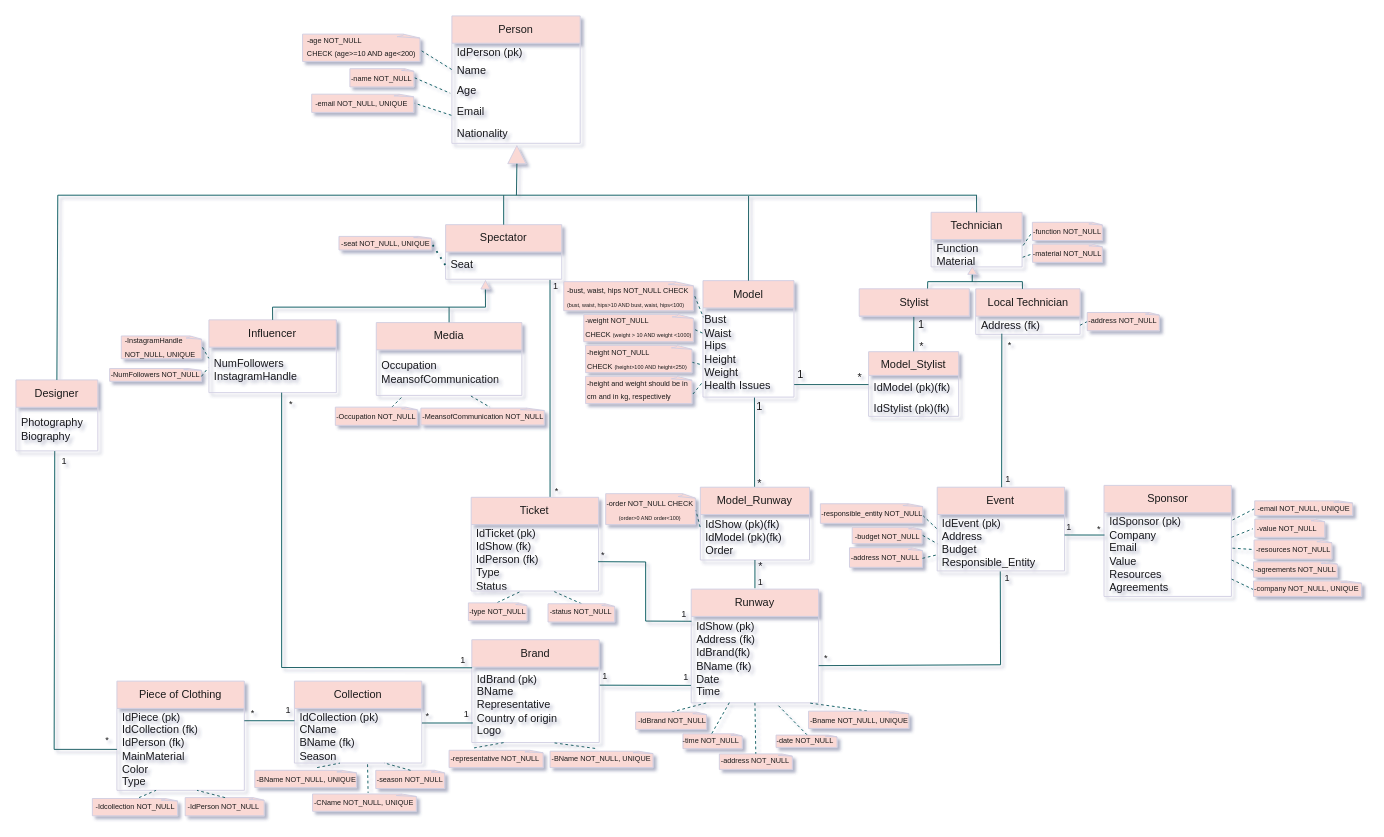
le0nor/BD2425-707 keeps this draw.io diagram as UML VERSIONS/FINAL_V_2ndSUB.drawio. Above is the earlier version. Source tidied: cells renumbered, new cells numbered last; positions are measured from the earlier drawing's top-left corner, leaving out a move shared by most shapes. Both pictures are drawn from the tidied source at 91%, with x=0, y=0 at pixel (15, 15).
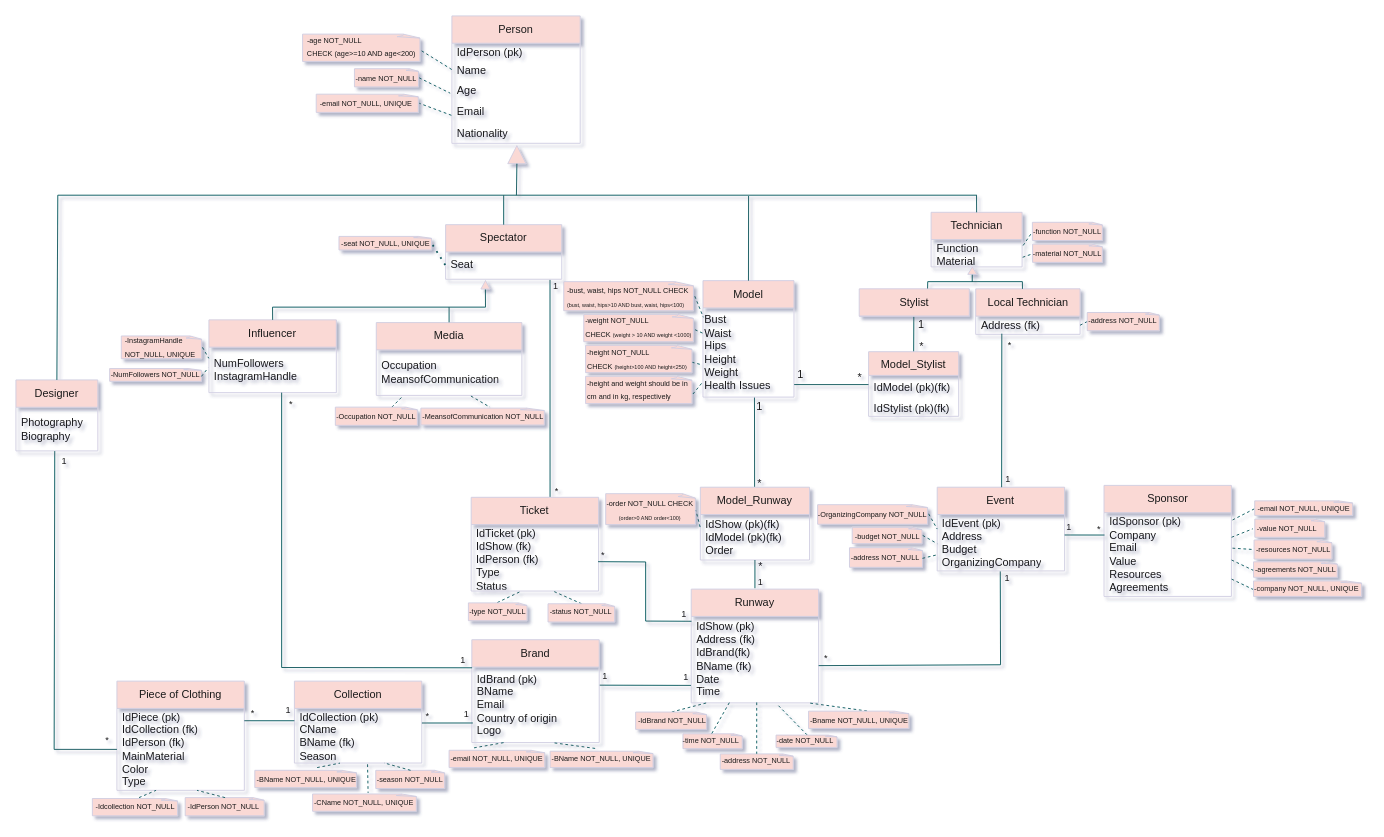
The same diagram, later.

Unchanged cells that the change refers to:
```xml
<mxCell id="50" value="Runway" style="swimlane;fontStyle=0;horizontal=1;startSize=30;whiteSpace=wrap;html=1;labelBackgroundColor=none;rounded=0;fillColor=#FAD9D5;strokeColor=#D0CEE2;fontColor=#1A1A1A;" parent="1" vertex="1">
  <mxGeometry x="742.1" y="629.9" width="140" height="125" as="geometry" />
</mxCell>
<mxCell id="51" value="&lt;div&gt;&lt;span style=&quot;background-color: initial;&quot;&gt;IdShow (pk&lt;/span&gt;&lt;span style=&quot;background-color: initial;&quot;&gt;)&lt;/span&gt;&lt;/div&gt;&lt;div&gt;&lt;span style=&quot;background-color: initial;&quot;&gt;Address (fk)&lt;/span&gt;&lt;/div&gt;&lt;div&gt;&lt;span style=&quot;background-color: initial;&quot;&gt;IdBrand(fk)&lt;/span&gt;&lt;/div&gt;&lt;div&gt;&lt;span style=&quot;background-color: initial;&quot;&gt;BName (fk)&lt;/span&gt;&lt;/div&gt;Date&amp;nbsp;&lt;div&gt;Time&lt;/div&gt;" style="text;strokeColor=none;fillColor=none;align=left;verticalAlign=middle;spacingLeft=4;spacingRight=4;overflow=hidden;points=[[0,0.5],[1,0.5]];portConstraint=eastwest;whiteSpace=wrap;html=1;labelBackgroundColor=none;rounded=0;fontColor=#1A1A1A;" parent="50" vertex="1">
  <mxGeometry y="30" width="140" height="95" as="geometry" />
</mxCell>
<mxCell id="67" value="Event" style="swimlane;fontStyle=0;horizontal=1;startSize=30;whiteSpace=wrap;html=1;labelBackgroundColor=none;rounded=0;fillColor=#FAD9D5;strokeColor=#D0CEE2;fontColor=#1A1A1A;" parent="1" vertex="1">
  <mxGeometry x="1012.4" y="517.9" width="140" height="92" as="geometry" />
</mxCell>
<mxCell id="133" value="Brand" style="swimlane;fontStyle=0;horizontal=1;startSize=30;whiteSpace=wrap;html=1;labelBackgroundColor=none;rounded=0;fillColor=#FAD9D5;strokeColor=#D0CEE2;fontColor=#1A1A1A;" parent="1" vertex="1">
  <mxGeometry x="501" y="685.5" width="140" height="113" as="geometry" />
</mxCell>
<mxCell id="242" value="&lt;div style=&quot;&quot;&gt;&lt;div&gt;&lt;font style=&quot;font-size: 8px;&quot;&gt;-address NOT_NULL&lt;/font&gt;&lt;/div&gt;&lt;/div&gt;" style="text;html=1;align=left;verticalAlign=middle;whiteSpace=wrap;rounded=0;labelBackgroundColor=none;fontColor=#1A1A1A;" parent="240" vertex="1">
  <mxGeometry x="0.3" y="-0.2" width="79.5" height="14.5" as="geometry" />
</mxCell>
```

The edit, as a diff of the source:
```diff
@@
-    <mxCell id="68" style="endArrow=none;dashed=1;html=1;rounded=0;fontColor=default;entryX=0;entryY=0.5;entryDx=0;entryDy=0;labelBackgroundColor=none;strokeColor=#09555B;" parent="67" edge="1" target="67">
-      <mxGeometry relative="1" as="geometry">
-        <mxPoint x="-15.9" y="31" as="sourcePoint" />
-      </mxGeometry>
-    </mxCell>
-    <mxCell id="69" value="&lt;div&gt;IdEvent (pk)&lt;/div&gt;&lt;div&gt;Address&amp;nbsp;&lt;br&gt;&lt;/div&gt;&lt;div&gt;Budget&lt;/div&gt;&lt;div&gt;Responsible_Entity&lt;/div&gt;" style="text;strokeColor=none;fillColor=none;align=left;verticalAlign=middle;spacingLeft=4;spacingRight=4;overflow=hidden;points=[[0,0.5],[1,0.5]];portConstraint=eastwest;whiteSpace=wrap;html=1;labelBackgroundColor=none;rounded=0;fontColor=#1A1A1A;" parent="67" vertex="1">
+    <mxCell id="69" value="&lt;div&gt;IdEvent (pk)&lt;/div&gt;&lt;div&gt;Address&amp;nbsp;&lt;br&gt;&lt;/div&gt;&lt;div&gt;Budget&lt;/div&gt;&lt;div&gt;OrganizingCompany&lt;/div&gt;" style="text;strokeColor=none;fillColor=none;align=left;verticalAlign=middle;spacingLeft=4;spacingRight=4;overflow=hidden;points=[[0,0.5],[1,0.5]];portConstraint=eastwest;whiteSpace=wrap;html=1;labelBackgroundColor=none;rounded=0;fontColor=#1A1A1A;" parent="67" vertex="1">
       <mxGeometry y="30" width="140" height="62" as="geometry" />
     </mxCell>
@@
-    <mxCell id="73" style="whiteSpace=wrap;html=1;shape=mxgraph.basic.document;labelBackgroundColor=none;rounded=0;fillColor=#FAD9D5;strokeColor=#D0CEE2;fontColor=#1A1A1A;" parent="1" vertex="1">
-      <mxGeometry x="884" y="536.1" width="113.7" height="21.5" as="geometry" />
-    </mxCell>
-    <mxCell id="74" value="&lt;div style=&quot;text-align: left;&quot;&gt;&lt;div&gt;&lt;font style=&quot;font-size: 8px;&quot;&gt;-responsible_entity NOT_NULL&lt;/font&gt;&lt;/div&gt;&lt;/div&gt;" style="text;html=1;align=center;verticalAlign=middle;whiteSpace=wrap;rounded=0;labelBackgroundColor=none;fontColor=#1A1A1A;" parent="1" vertex="1">
-      <mxGeometry x="884.4" y="538.9" width="113.6" height="14.5" as="geometry" />
-    </mxCell>
@@
-    <mxCell id="134" value="&lt;div&gt;IdBrand (pk)&lt;/div&gt;BName&amp;nbsp;&lt;div&gt;Representative&amp;nbsp;&lt;/div&gt;&lt;div&gt;Country of origin&lt;/div&gt;&lt;div&gt;Logo&lt;/div&gt;" style="text;strokeColor=none;fillColor=none;align=left;verticalAlign=middle;spacingLeft=4;spacingRight=4;overflow=hidden;points=[[0,0.5],[1,0.5]];portConstraint=eastwest;whiteSpace=wrap;html=1;labelBackgroundColor=none;rounded=0;fontColor=#1A1A1A;" parent="133" vertex="1">
+    <mxCell id="134" value="&lt;div&gt;IdBrand (pk)&lt;/div&gt;BName&amp;nbsp;&lt;div&gt;Email&amp;nbsp;&lt;/div&gt;&lt;div&gt;Country of origin&lt;/div&gt;&lt;div&gt;Logo&lt;/div&gt;" style="text;strokeColor=none;fillColor=none;align=left;verticalAlign=middle;spacingLeft=4;spacingRight=4;overflow=hidden;points=[[0,0.5],[1,0.5]];portConstraint=eastwest;whiteSpace=wrap;html=1;labelBackgroundColor=none;rounded=0;fontColor=#1A1A1A;" parent="133" vertex="1">
       <mxGeometry y="30" width="140" height="83" as="geometry" />
     </mxCell>
@@
     <mxCell id="147" style="group;labelBackgroundColor=none;fontColor=#1A1A1A;rounded=0;" parent="1" vertex="1">
-      <mxGeometry x="476" y="807" width="116" height="19" as="geometry" />
+      <mxGeometry x="476" y="807" width="118" height="19" as="geometry" />
     </mxCell>
     <mxCell id="148" style="whiteSpace=wrap;html=1;shape=mxgraph.basic.document;labelBackgroundColor=none;rounded=0;fillColor=#FAD9D5;strokeColor=#D0CEE2;fontColor=#1A1A1A;" parent="147" vertex="1">
-      <mxGeometry width="104.4" height="19" as="geometry" />
+      <mxGeometry width="106.2" height="19" as="geometry" />
     </mxCell>
-    <mxCell id="149" value="&lt;font style=&quot;font-size: 8px;&quot;&gt;-representative NOT_NULL&lt;/font&gt;" style="text;html=1;align=left;verticalAlign=middle;whiteSpace=wrap;rounded=0;labelBackgroundColor=none;fontColor=#1A1A1A;" parent="147" vertex="1">
-      <mxGeometry y="-1.1" width="116" height="17.9" as="geometry" />
+    <mxCell id="149" value="&lt;font style=&quot;font-size: 8px;&quot;&gt;-email NOT_NULL, UNIQUE&lt;/font&gt;" style="text;html=1;align=left;verticalAlign=middle;whiteSpace=wrap;rounded=0;labelBackgroundColor=none;fontColor=#1A1A1A;" parent="147" vertex="1">
+      <mxGeometry y="-1.1" width="113.9" height="17.9" as="geometry" />
     </mxCell>
@@
     <mxCell id="175" style="group;" parent="1" vertex="1">
-      <mxGeometry x="325" y="86" width="113.3" height="20" as="geometry" />
+      <mxGeometry x="330" y="86" width="113.3" height="20" as="geometry" />
     </mxCell>
@@
     <mxCell id="178" style="group;" parent="1" vertex="1">
-      <mxGeometry x="370" y="58" width="73.1" height="20" as="geometry" />
+      <mxGeometry x="375" y="58" width="73.1" height="20" as="geometry" />
     </mxCell>
@@
     <mxCell id="240" style="group;" parent="1" vertex="1">
-      <mxGeometry x="773" y="811" width="81" height="21.5" as="geometry" />
+      <mxGeometry x="774" y="811" width="81" height="21.5" as="geometry" />
     </mxCell>
@@
-    <mxCell id="243" style="endArrow=none;dashed=1;html=1;rounded=0;fontColor=default;entryX=0.5;entryY=0;entryDx=0;entryDy=0;labelBackgroundColor=none;strokeColor=#09555B;exitX=0.5;exitY=1;exitDx=0;exitDy=0;" parent="1" edge="1" source="50" target="242">
+    <mxCell id="243" style="endArrow=none;dashed=1;html=1;rounded=0;fontColor=default;entryX=0.5;entryY=0;entryDx=0;entryDy=0;labelBackgroundColor=none;strokeColor=#09555B;exitX=0.514;exitY=0.995;exitDx=0;exitDy=0;exitPerimeter=0;" parent="1" edge="1" source="51" target="242">
       <mxGeometry relative="1" as="geometry" />
     </mxCell>
+    <mxCell id="244" style="group;" parent="1" vertex="1">
+      <mxGeometry x="880.4" y="537.1" width="122.6" height="21.5" as="geometry" />
+    </mxCell>
+    <mxCell id="73" style="whiteSpace=wrap;html=1;shape=mxgraph.basic.document;labelBackgroundColor=none;rounded=0;fillColor=#FAD9D5;strokeColor=#D0CEE2;fontColor=#1A1A1A;" parent="244" vertex="1">
+      <mxGeometry x="0.6" width="122" height="21.5" as="geometry" />
+    </mxCell>
+    <mxCell id="74" value="&lt;div style=&quot;text-align: left;&quot;&gt;&lt;div&gt;&lt;font style=&quot;font-size: 8px;&quot;&gt;&lt;span style=&quot;background-color: initial;&quot;&gt;-OrganizingCompany&lt;/span&gt;&lt;span style=&quot;background-color: initial;&quot;&gt;&amp;nbsp;&lt;/span&gt;&lt;/font&gt;&lt;span style=&quot;font-size: 8px; background-color: initial;&quot;&gt;NOT_NULL&lt;/span&gt;&lt;/div&gt;&lt;/div&gt;" style="text;html=1;align=center;verticalAlign=middle;whiteSpace=wrap;rounded=0;labelBackgroundColor=none;fontColor=#1A1A1A;" parent="244" vertex="1">
+      <mxGeometry y="2.8" width="122.6" height="14.5" as="geometry" />
+    </mxCell>
+    <mxCell id="68" style="endArrow=none;dashed=1;html=1;rounded=0;fontColor=default;entryX=0;entryY=0.5;entryDx=0;entryDy=0;labelBackgroundColor=none;strokeColor=#09555B;exitX=1;exitY=0.5;exitDx=0;exitDy=0;" parent="1" edge="1" source="74" target="67">
+      <mxGeometry relative="1" as="geometry" />
+    </mxCell>
```
